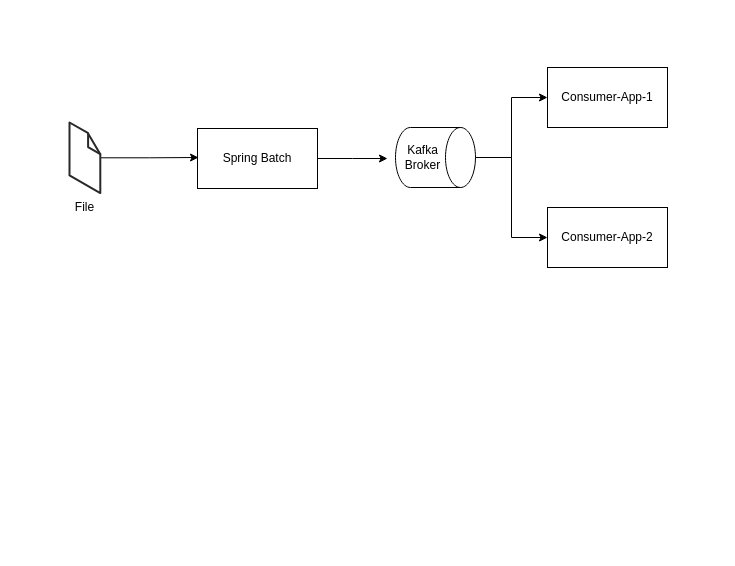
Earlier version of the draw.io diagram poc-work.drawio (zeeroiq/poc-zapcg). Source tidied: cells renumbered, new cells numbered last; positions are measured from the earlier drawing's top-left corner, leaving out a move shared by most shapes. Both pictures are drawn from the tidied source at 100%, with x=0, y=0 at pixel (69, 67).
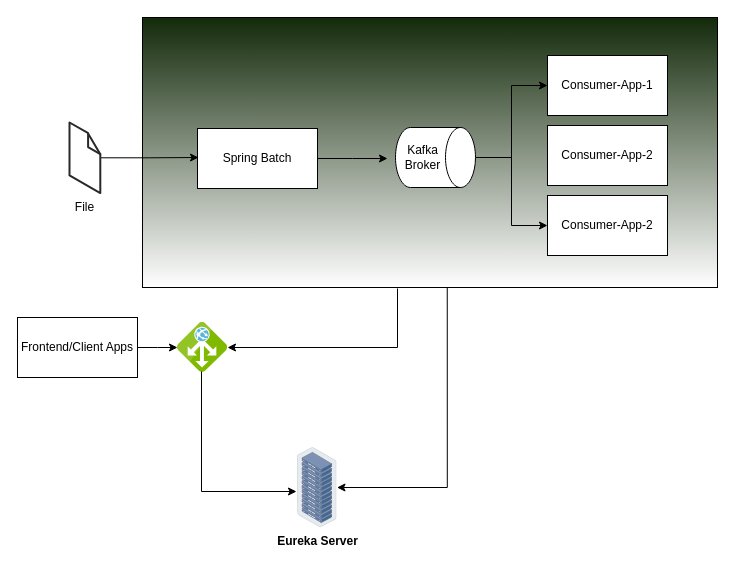
The same diagram, later.

Commit message (it also covers changes not shown here):
updated architecture diagram and changes properties for gateway service, ref #14, #8

Unchanged cells that the change refers to:
```xml
<mxCell id="7" value="Kafka Broker" style="shape=cylinder3;whiteSpace=wrap;html=1;boundedLbl=1;backgroundOutline=1;size=15;direction=south;" parent="1" vertex="1">
  <mxGeometry x="326" y="60" width="80" height="60" as="geometry" />
</mxCell>
```

What changed in the source:
```diff
@@
+    <mxCell id="11" style="rounded=0;whiteSpace=wrap;html=1;labelBackgroundColor=none;fontColor=#121212;fillColor=#132A0A;gradientColor=#ffffff;" parent="1" vertex="1">
+      <mxGeometry x="73" y="-50" width="575" height="270" as="geometry" />
+    </mxCell>
@@
     <mxCell id="6" style="edgeStyle=orthogonalEdgeStyle;rounded=0;jettySize=auto;html=1;entryX=0;entryY=0.5;entryDx=0;entryDy=0;" parent="1" edge="1" source="7" target="8">
-      <mxGeometry relative="1" as="geometry" />
+      <mxGeometry relative="1" as="geometry">
+        <Array as="points">
+          <mxPoint x="442" y="90" />
+          <mxPoint x="442" y="18" />
+        </Array>
+      </mxGeometry>
     </mxCell>
@@
     <mxCell id="8" value="Consumer-App-1" style="rounded=0;whiteSpace=wrap;html=1;" parent="1" vertex="1">
-      <mxGeometry x="478" width="120" height="60" as="geometry" />
+      <mxGeometry x="478" y="-12" width="120" height="60" as="geometry" />
     </mxCell>
     <mxCell id="9" value="&lt;span&gt;Consumer-App-2&lt;/span&gt;" style="rounded=0;whiteSpace=wrap;html=1;" parent="1" vertex="1">
-      <mxGeometry x="478" y="140" width="120" height="60" as="geometry" />
+      <mxGeometry x="478" y="58" width="120" height="60" as="geometry" />
     </mxCell>
-    <mxCell id="10" style="edgeStyle=orthogonalEdgeStyle;rounded=0;jettySize=auto;html=1;entryX=0;entryY=0.5;entryDx=0;entryDy=0;" parent="1" edge="1" source="7" target="9">
-      <mxGeometry relative="1" as="geometry">
-        <Array as="points">
-          <mxPoint x="442" y="90" />
-          <mxPoint x="442" y="170" />
-        </Array>
-      </mxGeometry>
-    </mxCell>
+    <mxCell id="12" style="edgeStyle=orthogonalEdgeStyle;rounded=0;jettySize=auto;html=1;exitX=1;exitY=0.5;exitDx=0;exitDy=0;fontColor=#121212;" parent="1" edge="1" source="13">
+      <mxGeometry relative="1" as="geometry">
+        <mxPoint x="108" y="280" as="targetPoint" />
+      </mxGeometry>
+    </mxCell>
+    <mxCell id="13" value="Frontend/Client Apps" style="rounded=0;whiteSpace=wrap;html=1;" parent="1" vertex="1">
+      <mxGeometry x="-52" y="250" width="120" height="60" as="geometry" />
+    </mxCell>
+    <mxCell id="14" style="edgeStyle=orthogonalEdgeStyle;rounded=0;jettySize=auto;html=1;fontColor=#121212;" parent="1" edge="1" target="15">
+      <mxGeometry relative="1" as="geometry">
+        <mxPoint x="328" y="221" as="sourcePoint" />
+        <Array as="points">
+          <mxPoint x="328" y="221" />
+          <mxPoint x="328" y="280" />
+        </Array>
+      </mxGeometry>
+    </mxCell>
+    <mxCell id="15" style="html=1;points=[];align=center;image;fontSize=12;image=img/lib/mscae/Application_Gateway.svg;labelBackgroundColor=none;fontColor=#121212;fillColor=#132A0A;gradientColor=#ffffff;" parent="1" vertex="1">
+      <mxGeometry x="108" y="255" width="50" height="50" as="geometry" />
+    </mxCell>
+    <mxCell id="16" style="edgeStyle=orthogonalEdgeStyle;rounded=0;orthogonalLoop=1;jettySize=auto;html=1;entryX=-0.025;entryY=0.5;entryDx=0;entryDy=0;entryPerimeter=0;fontColor=#121212;exitX=0.4;exitY=0.9;exitDx=0;exitDy=0;exitPerimeter=0;" parent="1" edge="1">
+      <mxGeometry relative="1" as="geometry">
+        <mxPoint x="132" y="304" as="sourcePoint" />
+        <mxPoint x="227" y="424" as="targetPoint" />
+        <Array as="points">
+          <mxPoint x="132" y="424" />
+        </Array>
+      </mxGeometry>
+    </mxCell>
+    <mxCell id="17" style="edgeStyle=orthogonalEdgeStyle;rounded=0;jettySize=auto;html=1;fontColor=#121212;exitX=0.53;exitY=1;exitDx=0;exitDy=0;exitPerimeter=0;" parent="1" edge="1" source="11" target="18">
+      <mxGeometry relative="1" as="geometry">
+        <Array as="points">
+          <mxPoint x="378" y="420" />
+        </Array>
+      </mxGeometry>
+    </mxCell>
+    <mxCell id="18" value="&lt;b&gt;&lt;font color=&quot;#000000&quot;&gt;Eureka Server&lt;/font&gt;&lt;/b&gt;" style="points=[];html=1;align=center;shadow=0;dashed=0;image;image=img/lib/allied_telesis/storage/Datacenter_Server_Rack.svg;labelBackgroundColor=none;fontColor=#121212;fillColor=#132A0A;gradientColor=#ffffff;" parent="1" vertex="1">
+      <mxGeometry x="228" y="380" width="39.5" height="80" as="geometry" />
+    </mxCell>
+    <mxCell id="19" style="edgeStyle=orthogonalEdgeStyle;rounded=0;jettySize=auto;html=1;exitX=0;exitY=0.5;exitDx=0;exitDy=0;fontColor=#121212;entryX=0;entryY=0.5;entryDx=0;entryDy=0;entryPerimeter=0;" parent="1" edge="1" target="20">
+      <mxGeometry relative="1" as="geometry">
+        <mxPoint x="432" y="90" as="sourcePoint" />
+        <Array as="points">
+          <mxPoint x="442" y="90" />
+          <mxPoint x="442" y="158" />
+        </Array>
+      </mxGeometry>
+    </mxCell>
+    <mxCell id="20" value="&lt;span&gt;Consumer-App-2&lt;/span&gt;" style="rounded=0;whiteSpace=wrap;html=1;" parent="1" vertex="1">
+      <mxGeometry x="478" y="128" width="120" height="60" as="geometry" />
+    </mxCell>
```
